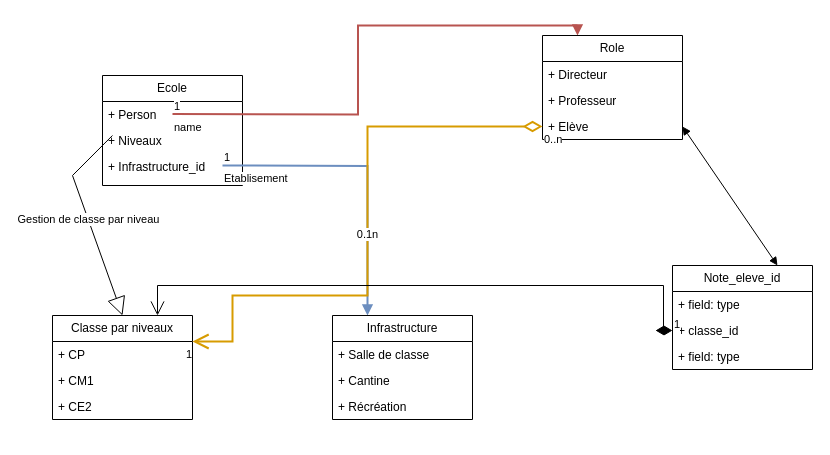
johandeschamps/gestion_ecole keeps this draw.io diagram as gestion_ecole.drawio. Above is the earlier version. Source tidied: cells renumbered, new cells numbered last; positions are measured from the earlier drawing's top-left corner, leaving out a move shared by most shapes. Both pictures are drawn from the tidied source at 100%, with x=0, y=0 at pixel (52, 35).
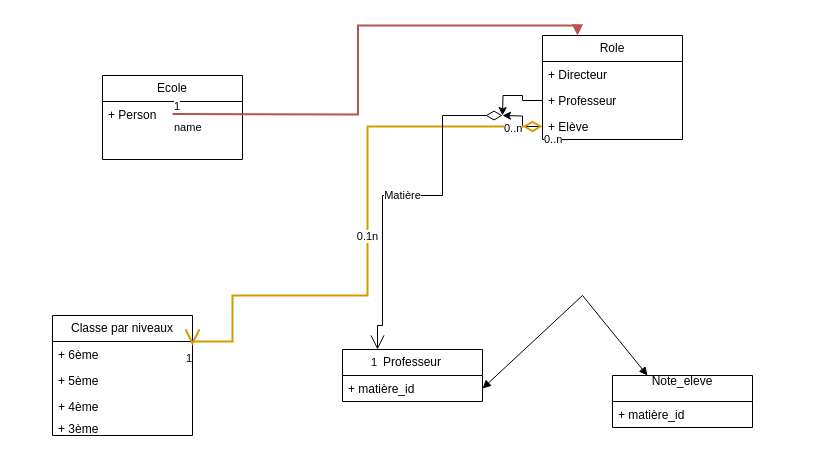
Above is the later version.

Commit message:
Mettre à jour gestion_ecole.drawio

The change refers to these unchanged cells:
```xml
<mxCell id="14" value="Role" style="swimlane;fontStyle=0;horizontal=1;startSize=26;fillColor=none;whiteSpace=wrap;html=1;" parent="1" vertex="1">
  <mxGeometry x="490" width="140" height="104" as="geometry" />
</mxCell>
<mxCell id="16" value="+ Professeur" style="text;strokeColor=none;fillColor=none;align=left;verticalAlign=top;spacingLeft=4;spacingRight=4;overflow=hidden;points=[[0,0.5],[1,0.5]];portConstraint=eastwest;whiteSpace=wrap;html=1;" parent="14" vertex="1">
  <mxGeometry y="52" width="140" height="26" as="geometry" />
</mxCell>
<mxCell id="17" value="+ Elève" style="text;strokeColor=none;fillColor=none;align=left;verticalAlign=top;spacingLeft=4;spacingRight=4;overflow=hidden;points=[[0,0.5],[1,0.5]];portConstraint=eastwest;whiteSpace=wrap;html=1;" parent="14" vertex="1">
  <mxGeometry y="78" width="140" height="26" as="geometry" />
</mxCell>
```

Diff of the diagram source:
```diff
@@
     <mxCell id="2" value="Ecole" style="swimlane;fontStyle=0;horizontal=1;startSize=26;fillColor=none;whiteSpace=wrap;html=1;" parent="1" vertex="1">
-      <mxGeometry x="50" y="40" width="140" height="110" as="geometry" />
+      <mxGeometry x="50" y="40" width="140" height="84" as="geometry" />
     </mxCell>
@@
-    <mxCell id="4" value="+ Niveaux" style="text;strokeColor=none;fillColor=none;align=left;verticalAlign=top;spacingLeft=4;spacingRight=4;overflow=hidden;points=[[0,0.5],[1,0.5]];portConstraint=eastwest;whiteSpace=wrap;html=1;" parent="2" vertex="1">
-      <mxGeometry y="52" width="140" height="26" as="geometry" />
-    </mxCell>
@@
-    <mxCell id="7" value="Etablisement" style="endArrow=block;endFill=1;html=1;edgeStyle=orthogonalEdgeStyle;align=left;verticalAlign=top;rounded=0;entryX=0.25;entryY=0;entryDx=0;entryDy=0;strokeWidth=2;fillColor=#dae8fc;strokeColor=#6c8ebf;" parent="2" edge="1" target="18">
-      <mxGeometry x="-1" relative="1" as="geometry">
-        <mxPoint x="120" y="90" as="sourcePoint" />
-      </mxGeometry>
-    </mxCell>
-    <mxCell id="8" value="1" style="edgeLabel;html=1;align=left;verticalAlign=bottom;" parent="7" vertex="1">
-      <mxGeometry x="-1" relative="1" as="geometry" />
-    </mxCell>
-    <mxCell id="9" value="+ Infrastructure_id&lt;div&gt;&lt;div&gt;&lt;br&gt;&lt;/div&gt;&lt;/div&gt;" style="text;strokeColor=none;fillColor=none;align=left;verticalAlign=top;spacingLeft=4;spacingRight=4;overflow=hidden;whiteSpace=wrap;html=1;" parent="2" vertex="1">
-      <mxGeometry y="78" width="140" height="32" as="geometry" />
+    <mxCell id="9" value="&lt;div&gt;&lt;div&gt;&lt;br&gt;&lt;/div&gt;&lt;/div&gt;" style="text;strokeColor=none;fillColor=none;align=left;verticalAlign=top;spacingLeft=4;spacingRight=4;overflow=hidden;whiteSpace=wrap;html=1;" parent="2" vertex="1">
+      <mxGeometry y="52" width="140" height="32" as="geometry" />
     </mxCell>
     <mxCell id="10" value="Classe par niveaux" style="swimlane;fontStyle=0;horizontal=1;startSize=26;fillColor=none;whiteSpace=wrap;html=1;" parent="1" vertex="1">
-      <mxGeometry y="280" width="140" height="104" as="geometry" />
+      <mxGeometry y="280" width="140" height="120" as="geometry" />
     </mxCell>
-    <mxCell id="11" value="+ CP" style="text;strokeColor=none;fillColor=none;align=left;verticalAlign=top;spacingLeft=4;spacingRight=4;overflow=hidden;whiteSpace=wrap;html=1;" parent="10" vertex="1">
+    <mxCell id="11" value="+ 6ème" style="text;strokeColor=none;fillColor=none;align=left;verticalAlign=top;spacingLeft=4;spacingRight=4;overflow=hidden;whiteSpace=wrap;html=1;" parent="10" vertex="1">
       <mxGeometry y="26" width="140" height="26" as="geometry" />
     </mxCell>
-    <mxCell id="12" value="+ CM1" style="text;strokeColor=none;fillColor=none;align=left;verticalAlign=top;spacingLeft=4;spacingRight=4;overflow=hidden;whiteSpace=wrap;html=1;" parent="10" vertex="1">
+    <mxCell id="12" value="+ 5ème" style="text;strokeColor=none;fillColor=none;align=left;verticalAlign=top;spacingLeft=4;spacingRight=4;overflow=hidden;whiteSpace=wrap;html=1;" parent="10" vertex="1">
       <mxGeometry y="52" width="140" height="26" as="geometry" />
     </mxCell>
-    <mxCell id="13" value="+ CE2" style="text;strokeColor=none;fillColor=none;align=left;verticalAlign=top;spacingLeft=4;spacingRight=4;overflow=hidden;whiteSpace=wrap;html=1;" parent="10" vertex="1">
-      <mxGeometry y="78" width="140" height="26" as="geometry" />
+    <mxCell id="13" value="+ 4ème" style="text;strokeColor=none;fillColor=none;align=left;verticalAlign=top;spacingLeft=4;spacingRight=4;overflow=hidden;whiteSpace=wrap;html=1;" parent="10" vertex="1">
+      <mxGeometry y="78" width="140" height="22" as="geometry" />
     </mxCell>
+    <mxCell id="32" value="+ 3ème" style="text;strokeColor=none;fillColor=none;align=left;verticalAlign=top;spacingLeft=4;spacingRight=4;overflow=hidden;whiteSpace=wrap;html=1;" parent="10" vertex="1">
+      <mxGeometry y="100" width="140" height="20" as="geometry" />
+    </mxCell>
@@
+    <mxCell id="33" style="edgeStyle=orthogonalEdgeStyle;rounded=0;jettySize=auto;html=1;exitX=0;exitY=0.5;exitDx=0;exitDy=0;" parent="14" edge="1" source="16">
+      <mxGeometry relative="1" as="geometry">
+        <mxPoint x="-40" y="80" as="targetPoint" />
+      </mxGeometry>
+    </mxCell>
@@
+    <mxCell id="34" style="edgeStyle=orthogonalEdgeStyle;rounded=0;jettySize=auto;html=1;exitX=0;exitY=0.5;exitDx=0;exitDy=0;" parent="14" edge="1" source="17">
+      <mxGeometry relative="1" as="geometry">
+        <mxPoint x="-40" y="80" as="targetPoint" />
+      </mxGeometry>
+    </mxCell>
@@
-    <mxCell id="18" value="Infrastructure" style="swimlane;fontStyle=0;horizontal=1;startSize=26;fillColor=none;whiteSpace=wrap;html=1;" parent="1" vertex="1">
-      <mxGeometry x="280" y="280" width="140" height="104" as="geometry" />
-    </mxCell>
-    <mxCell id="19" value="+ Salle de classe" style="text;strokeColor=none;fillColor=none;align=left;verticalAlign=top;spacingLeft=4;spacingRight=4;overflow=hidden;whiteSpace=wrap;html=1;" parent="18" vertex="1">
-      <mxGeometry y="26" width="140" height="26" as="geometry" />
-    </mxCell>
-    <mxCell id="20" value="+ Cantine" style="text;strokeColor=none;fillColor=none;align=left;verticalAlign=top;spacingLeft=4;spacingRight=4;overflow=hidden;whiteSpace=wrap;html=1;" parent="18" vertex="1">
-      <mxGeometry y="52" width="140" height="26" as="geometry" />
-    </mxCell>
-    <mxCell id="21" value="+ Récréation" style="text;strokeColor=none;fillColor=none;align=left;verticalAlign=top;spacingLeft=4;spacingRight=4;overflow=hidden;whiteSpace=wrap;html=1;" parent="18" vertex="1">
-      <mxGeometry y="78" width="140" height="26" as="geometry" />
-    </mxCell>
-    <mxCell id="22" value="Gestion de classe par niveau" style="endArrow=block;endSize=16;endFill=0;html=1;rounded=0;exitX=0.071;exitY=0.308;exitDx=0;exitDy=0;exitPerimeter=0;entryX=0.5;entryY=0;entryDx=0;entryDy=0;" parent="1" edge="1" source="4" target="10">
-      <mxGeometry relative="1" as="geometry">
-        <Array as="points">
-          <mxPoint x="20" y="140" />
-        </Array>
-      </mxGeometry>
-    </mxCell>
@@
-    <mxCell id="26" value="Note_eleve_id" style="swimlane;fontStyle=0;horizontal=1;startSize=26;fillColor=none;whiteSpace=wrap;html=1;" parent="1" vertex="1">
-      <mxGeometry x="620" y="230" width="140" height="104" as="geometry" />
+    <mxCell id="26" value="Note_eleve&lt;div&gt;&lt;br&gt;&lt;/div&gt;" style="swimlane;fontStyle=0;horizontal=1;startSize=26;fillColor=none;whiteSpace=wrap;html=1;" parent="1" vertex="1">
+      <mxGeometry x="560" y="340" width="140" height="52" as="geometry" />
     </mxCell>
-    <mxCell id="27" value="+ field: type" style="text;strokeColor=none;fillColor=none;align=left;verticalAlign=top;spacingLeft=4;spacingRight=4;overflow=hidden;whiteSpace=wrap;html=1;" parent="26" vertex="1">
-      <mxGeometry y="26" width="140" height="26" as="geometry" />
-    </mxCell>
-    <mxCell id="28" value="+ classe_id" style="text;strokeColor=none;fillColor=none;align=left;verticalAlign=top;spacingLeft=4;spacingRight=4;overflow=hidden;points=[[0,0.5],[1,0.5]];portConstraint=eastwest;whiteSpace=wrap;html=1;" parent="26" vertex="1">
-      <mxGeometry y="52" width="140" height="26" as="geometry" />
+    <mxCell id="28" value="+ matière_id" style="text;strokeColor=none;fillColor=none;align=left;verticalAlign=top;spacingLeft=4;spacingRight=4;overflow=hidden;points=[[0,0.5],[1,0.5]];portConstraint=eastwest;whiteSpace=wrap;html=1;" parent="26" vertex="1">
+      <mxGeometry y="26" width="140" height="26" as="geometry" />
     </mxCell>
-    <mxCell id="29" value="+ field: type" style="text;strokeColor=none;fillColor=none;align=left;verticalAlign=top;spacingLeft=4;spacingRight=4;overflow=hidden;whiteSpace=wrap;html=1;" parent="26" vertex="1">
-      <mxGeometry y="78" width="140" height="26" as="geometry" />
-    </mxCell>
-    <mxCell id="30" style="endArrow=block;startArrow=block;endFill=1;startFill=1;html=1;rounded=0;entryX=0.75;entryY=0;entryDx=0;entryDy=0;exitX=1;exitY=0.5;exitDx=0;exitDy=0;" parent="1" edge="1" source="17" target="26">
-      <mxGeometry relative="1" as="geometry" />
+    <mxCell id="30" style="endArrow=block;startArrow=block;endFill=1;startFill=1;html=1;rounded=0;entryX=0.25;entryY=0;entryDx=0;entryDy=0;exitX=1;exitY=0.5;exitDx=0;exitDy=0;" parent="1" edge="1" source="36" target="26">
+      <mxGeometry relative="1" as="geometry">
+        <Array as="points">
+          <mxPoint x="530" y="260" />
+        </Array>
+      </mxGeometry>
     </mxCell>
-    <mxCell id="31" value="1" style="endArrow=open;html=1;endSize=12;startArrow=diamondThin;startSize=14;startFill=1;edgeStyle=orthogonalEdgeStyle;align=left;verticalAlign=bottom;rounded=0;entryX=0.75;entryY=0;entryDx=0;entryDy=0;" parent="1" edge="1" source="28" target="10">
-      <mxGeometry x="-1" y="3" relative="1" as="geometry">
-        <Array as="points">
-          <mxPoint x="611" y="250" />
-          <mxPoint x="105" y="250" />
-        </Array>
-      </mxGeometry>
-    </mxCell>
+    <mxCell id="35" value="Professeur" style="swimlane;fontStyle=0;horizontal=1;startSize=26;fillColor=none;whiteSpace=wrap;html=1;" parent="1" vertex="1">
+      <mxGeometry x="290" y="314" width="140" height="52" as="geometry" />
+    </mxCell>
+    <mxCell id="36" value="+ matière_id" style="text;strokeColor=none;fillColor=none;align=left;verticalAlign=top;spacingLeft=4;spacingRight=4;overflow=hidden;points=[[0,0.5],[1,0.5]];portConstraint=eastwest;whiteSpace=wrap;html=1;" parent="35" vertex="1">
+      <mxGeometry y="26" width="140" height="26" as="geometry" />
+    </mxCell>
+    <mxCell id="37" value="Matière" style="endArrow=open;html=1;endSize=12;startArrow=diamondThin;startSize=14;startFill=0;edgeStyle=orthogonalEdgeStyle;rounded=0;exitX=0;exitY=0.5;exitDx=0;exitDy=0;entryX=0.25;entryY=0;entryDx=0;entryDy=0;" parent="1" edge="1" target="35">
+      <mxGeometry relative="1" as="geometry">
+        <mxPoint x="450" y="80" as="sourcePoint" />
+        <Array as="points">
+          <mxPoint x="390" y="80" />
+          <mxPoint x="390" y="160" />
+          <mxPoint x="330" y="160" />
+          <mxPoint x="330" y="290" />
+        </Array>
+      </mxGeometry>
+    </mxCell>
+    <mxCell id="38" value="0..n" style="edgeLabel;html=1;align=left;verticalAlign=top;" parent="37" vertex="1">
+      <mxGeometry x="-1" relative="1" as="geometry" />
+    </mxCell>
+    <mxCell id="39" value="1" style="edgeLabel;html=1;align=right;verticalAlign=top;" parent="37" vertex="1">
+      <mxGeometry x="1" relative="1" as="geometry" />
+    </mxCell>
```
